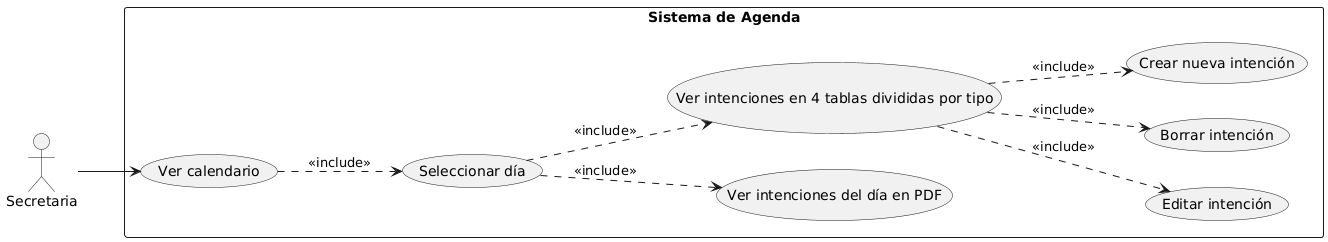
This is Documentacion/casos de uso agenda.png from EGA-SUPREMO/Sistema-de-Gestion-Parroquial, a PlantUML export, as it was before one commit. The source it was exported from:
```plantuml
@startuml
left to right direction

actor "Secretaria" as S

rectangle "Sistema de Agenda" {
  usecase "Ver calendario" as UC1
  usecase "Seleccionar día" as UC2
  usecase "Ver intenciones del día en PDF" as UC3
  usecase "Ver intenciones en 4 tablas divididas por tipo" as UC4
  usecase "Editar intención" as UC5
  usecase "Borrar intención" as UC6
  usecase "Crear nueva intención" as UC7
}

S --> UC1

UC1 ..> UC2 : <<include>>
UC2 ..> UC3 : <<include>>
UC2 ..> UC4 : <<include>>
UC4 ..> UC5 : <<include>>
UC4 ..> UC6 : <<include>>
UC4 ..> UC7 : <<include>>
@enduml
```
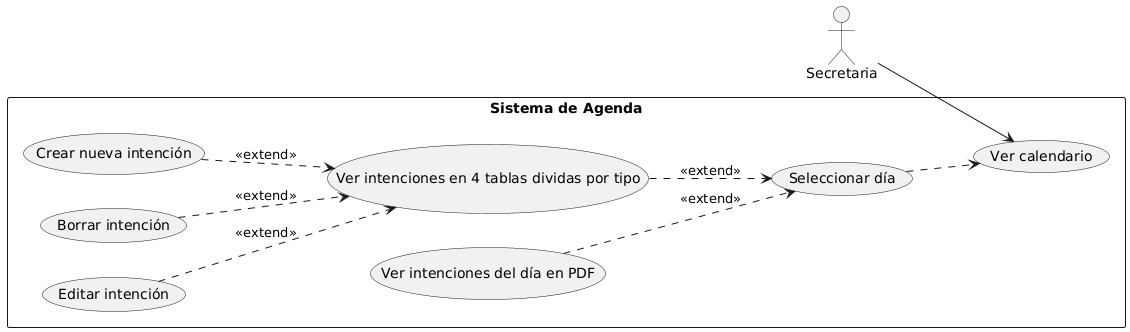
After the commit.

Commit message:
corregir CdU agenda y general, agregar CDU generar constancia

Change to the diagram source:
```diff
@@ -1,24 +1,24 @@
 @startuml
 left to right direction
-
 actor "Secretaria" as S
 
 rectangle "Sistema de Agenda" {
   usecase "Ver calendario" as UC1
   usecase "Seleccionar día" as UC2
   usecase "Ver intenciones del día en PDF" as UC3
-  usecase "Ver intenciones en 4 tablas divididas por tipo" as UC4
+  usecase "Ver intenciones en 4 tablas dividas por tipo" as UC4
   usecase "Editar intención" as UC5
   usecase "Borrar intención" as UC6
   usecase "Crear nueva intención" as UC7
 }
 
 S --> UC1
+UC2 ..> UC1
 
-UC1 ..> UC2 : <<include>>
-UC2 ..> UC3 : <<include>>
-UC2 ..> UC4 : <<include>>
-UC4 ..> UC5 : <<include>>
-UC4 ..> UC6 : <<include>>
-UC4 ..> UC7 : <<include>>
+UC3 ..> UC2 : <<extend>>
+UC4 ..> UC2 : <<extend>>
+
+UC5 ..> UC4 : <<extend>>
+UC6 ..> UC4 : <<extend>>
+UC7 ..> UC4 : <<extend>>
 @enduml
```
